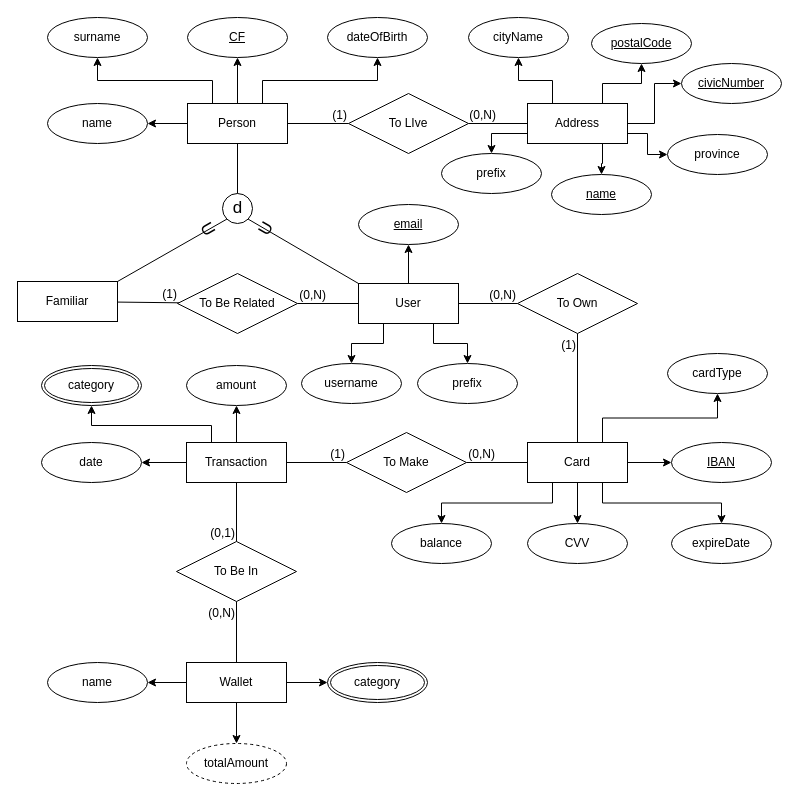
The draw.io diagram Database/Documentation/ERdiagram.drawio in Franwik/SavingMoneyUnina, before the edit. Source tidied: cells renumbered, new cells numbered last; positions are measured from the earlier drawing's top-left corner, leaving out a move shared by most shapes. Both pictures are drawn from the tidied source at 100%, with x=0, y=0 at pixel (17, 17).
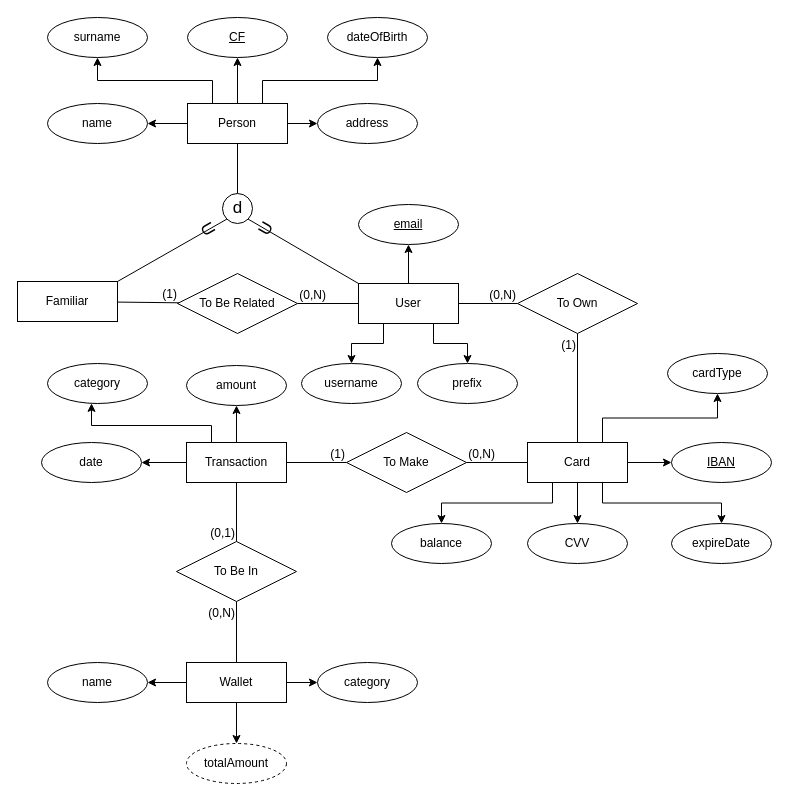
The same diagram, later.

Unchanged cells that the change refers to:
```xml
<mxCell id="12" value="Transaction" style="whiteSpace=wrap;html=1;align=center;" parent="1" vertex="1">
  <mxGeometry x="169" y="425" width="100" height="40" as="geometry" />
</mxCell>
<mxCell id="16" value="Wallet" style="whiteSpace=wrap;html=1;align=center;" parent="1" vertex="1">
  <mxGeometry x="169" y="645" width="100" height="40" as="geometry" />
</mxCell>
<mxCell id="31" value="Person" style="whiteSpace=wrap;html=1;align=center;" parent="1" vertex="1">
  <mxGeometry x="170" y="86" width="100" height="40" as="geometry" />
</mxCell>
```

Change to the diagram source:
```diff
@@
-    <mxCell id="2" style="edgeStyle=orthogonalEdgeStyle;rounded=0;jettySize=auto;html=1;exitX=0.75;exitY=1;exitDx=0;exitDy=0;" parent="1" edge="1" source="8" target="66">
-      <mxGeometry relative="1" as="geometry" />
-    </mxCell>
-    <mxCell id="3" style="edgeStyle=orthogonalEdgeStyle;rounded=0;jettySize=auto;html=1;exitX=1;exitY=0.5;exitDx=0;exitDy=0;" parent="1" edge="1" source="8" target="67">
-      <mxGeometry relative="1" as="geometry" />
-    </mxCell>
-    <mxCell id="4" style="edgeStyle=orthogonalEdgeStyle;rounded=0;jettySize=auto;html=1;exitX=0.25;exitY=0;exitDx=0;exitDy=0;" parent="1" edge="1" source="8" target="69">
-      <mxGeometry relative="1" as="geometry" />
-    </mxCell>
-    <mxCell id="5" style="edgeStyle=orthogonalEdgeStyle;rounded=0;jettySize=auto;html=1;exitX=0.75;exitY=0;exitDx=0;exitDy=0;" parent="1" edge="1" source="8" target="70">
-      <mxGeometry relative="1" as="geometry" />
-    </mxCell>
-    <mxCell id="6" style="edgeStyle=orthogonalEdgeStyle;rounded=0;jettySize=auto;html=1;exitX=0;exitY=0.75;exitDx=0;exitDy=0;" parent="1" edge="1" source="8" target="65">
-      <mxGeometry relative="1" as="geometry" />
-    </mxCell>
-    <mxCell id="7" style="edgeStyle=orthogonalEdgeStyle;rounded=0;jettySize=auto;html=1;exitX=1;exitY=0.75;exitDx=0;exitDy=0;" parent="1" edge="1" source="8" target="68">
-      <mxGeometry relative="1" as="geometry" />
-    </mxCell>
-    <mxCell id="8" value="Address" style="whiteSpace=wrap;html=1;align=center;" parent="1" vertex="1">
-      <mxGeometry x="510" y="86" width="100" height="40" as="geometry" />
-    </mxCell>
@@
-    <mxCell id="11" style="edgeStyle=orthogonalEdgeStyle;rounded=0;jettySize=auto;html=1;exitX=0.25;exitY=0;exitDx=0;exitDy=0;" parent="1" edge="1" source="12" target="88">
+    <mxCell id="11" style="edgeStyle=orthogonalEdgeStyle;rounded=0;jettySize=auto;html=1;exitX=0.25;exitY=0;exitDx=0;exitDy=0;" parent="1" edge="1" source="12" target="93">
       <mxGeometry relative="1" as="geometry">
         <Array as="points">
           <mxPoint x="194" y="408" />
           <mxPoint x="74" y="408" />
         </Array>
       </mxGeometry>
     </mxCell>
@@
-    <mxCell id="14" style="edgeStyle=orthogonalEdgeStyle;rounded=0;jettySize=auto;html=1;exitX=1;exitY=0.5;exitDx=0;exitDy=0;" parent="1" edge="1" source="16" target="84">
-      <mxGeometry relative="1" as="geometry" />
-    </mxCell>
@@
+    <mxCell id="89" style="edgeStyle=orthogonalEdgeStyle;rounded=0;jettySize=auto;html=1;exitX=1;exitY=0.5;exitDx=0;exitDy=0;" parent="1" edge="1" source="16" target="92">
+      <mxGeometry relative="1" as="geometry" />
+    </mxCell>
@@
+    <mxCell id="90" style="edgeStyle=orthogonalEdgeStyle;rounded=0;jettySize=auto;html=1;exitX=1;exitY=0.5;exitDx=0;exitDy=0;" parent="1" edge="1" source="31" target="91">
+      <mxGeometry relative="1" as="geometry" />
+    </mxCell>
@@
-    <mxCell id="33" value="To LIve" style="shape=rhombus;perimeter=rhombusPerimeter;whiteSpace=wrap;html=1;align=center;" parent="1" vertex="1">
-      <mxGeometry x="331" y="76" width="120" height="60" as="geometry" />
-    </mxCell>
-    <mxCell id="34" style="endArrow=none;html=1;rounded=0;" parent="1" edge="1" source="31" target="33">
-      <mxGeometry relative="1" as="geometry" />
-    </mxCell>
-    <mxCell id="35" value="(1)" style="html=1;whiteSpace=wrap;align=right;verticalAlign=bottom;" parent="34" vertex="1">
-      <mxGeometry x="1" relative="1" as="geometry" />
-    </mxCell>
-    <mxCell id="36" style="endArrow=none;html=1;rounded=0;" parent="1" edge="1" source="8" target="33">
-      <mxGeometry relative="1" as="geometry" />
-    </mxCell>
-    <mxCell id="37" value="(0,N)" style="html=1;whiteSpace=wrap;align=right;verticalAlign=bottom;" parent="36" vertex="1">
-      <mxGeometry x="1" relative="1" as="geometry">
-        <mxPoint x="29" as="offset" />
-      </mxGeometry>
-    </mxCell>
@@
-    <mxCell id="65" value="prefix" style="ellipse;whiteSpace=wrap;html=1;align=center;" parent="1" vertex="1">
-      <mxGeometry x="424" y="136" width="100" height="40" as="geometry" />
-    </mxCell>
-    <mxCell id="66" value="name" style="ellipse;whiteSpace=wrap;html=1;align=center;fontStyle=4;" parent="1" vertex="1">
-      <mxGeometry x="534" y="157" width="100" height="40" as="geometry" />
-    </mxCell>
-    <mxCell id="67" value="civicNumber" style="ellipse;whiteSpace=wrap;html=1;align=center;fontStyle=4;" parent="1" vertex="1">
-      <mxGeometry x="664" y="46" width="100" height="40" as="geometry" />
-    </mxCell>
-    <mxCell id="68" value="province" style="ellipse;whiteSpace=wrap;html=1;align=center;" parent="1" vertex="1">
-      <mxGeometry x="650" y="117" width="100" height="40" as="geometry" />
-    </mxCell>
-    <mxCell id="69" value="cityName" style="ellipse;whiteSpace=wrap;html=1;align=center;" parent="1" vertex="1">
-      <mxGeometry x="451" width="100" height="40" as="geometry" />
-    </mxCell>
-    <mxCell id="70" value="postalCode" style="ellipse;whiteSpace=wrap;html=1;align=center;fontStyle=4;" parent="1" vertex="1">
-      <mxGeometry x="574" y="6" width="100" height="40" as="geometry" />
-    </mxCell>
@@
-    <mxCell id="84" value="category" style="ellipse;shape=doubleEllipse;margin=3;whiteSpace=wrap;html=1;align=center;" parent="1" vertex="1">
-      <mxGeometry x="310" y="645" width="100" height="40" as="geometry" />
-    </mxCell>
@@
-    <mxCell id="88" value="category" style="ellipse;shape=doubleEllipse;margin=3;whiteSpace=wrap;html=1;align=center;" parent="1" vertex="1">
-      <mxGeometry x="24" y="348" width="100" height="40" as="geometry" />
-    </mxCell>
+    <mxCell id="91" value="address" style="ellipse;whiteSpace=wrap;html=1;align=center;" parent="1" vertex="1">
+      <mxGeometry x="300" y="86" width="100" height="40" as="geometry" />
+    </mxCell>
+    <mxCell id="92" value="category" style="ellipse;whiteSpace=wrap;html=1;align=center;" parent="1" vertex="1">
+      <mxGeometry x="300" y="645" width="100" height="40" as="geometry" />
+    </mxCell>
+    <mxCell id="93" value="category" style="ellipse;whiteSpace=wrap;html=1;align=center;" parent="1" vertex="1">
+      <mxGeometry x="30" y="346" width="100" height="40" as="geometry" />
+    </mxCell>
```
